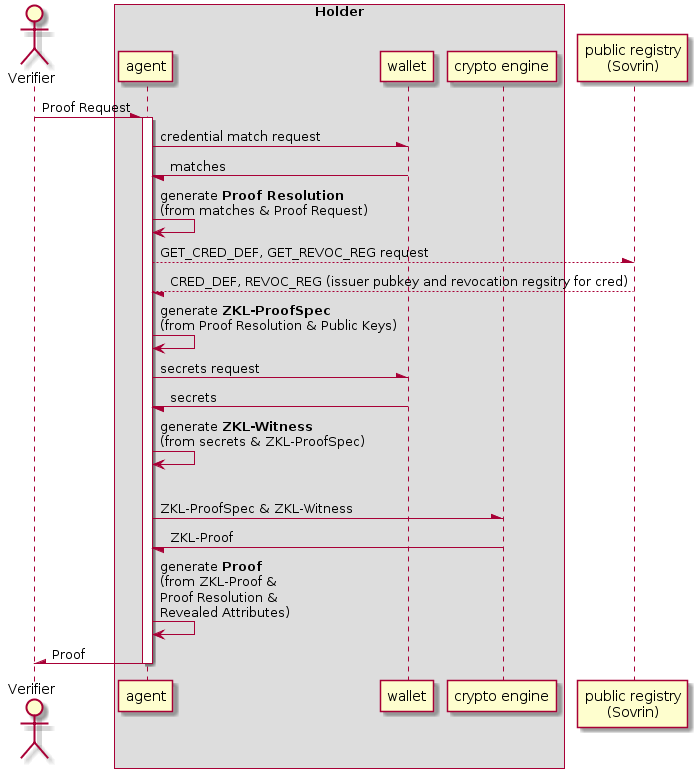
Earlier version of the PlantUML export docs/flow-diagram.png (hyperledger-archives/ursa). Source of this version:
```plantuml
@startuml
actor Verifier as v
box "Holder"
participant agent as a
participant wallet as w
participant "crypto engine" as ce
end box

participant "public registry\n(Sovrin)" as reg

v -\ a: Proof Request
activate a

a -\ w: credential match request
a \- w: matches
a -> a: generate <b>Proof Resolution</b> \n(from matches & Proof Request)

a --\ reg: GET_CRED_DEF, GET_REVOC_REG request
a \-- reg: CRED_DEF, REVOC_REG (issuer pubkey and revocation regsitry for cred)
a -> a: generate <b>ZKL-ProofSpec</b> \n(from Proof Resolution & Public Keys)

a -\ w: secrets request
a \- w: secrets
a <- a: generate <b>ZKL-Witness</b> \n(from secrets & ZKL-ProofSpec)
|||
a -\ ce: ZKL-ProofSpec & ZKL-Witness
a \- ce: ZKL-Proof

a -> a: generate <b>Proof</b>\n(from ZKL-Proof & \nProof Resolution & \nRevealed Attributes)

a -\ v: Proof
deactivate a
@enduml
```
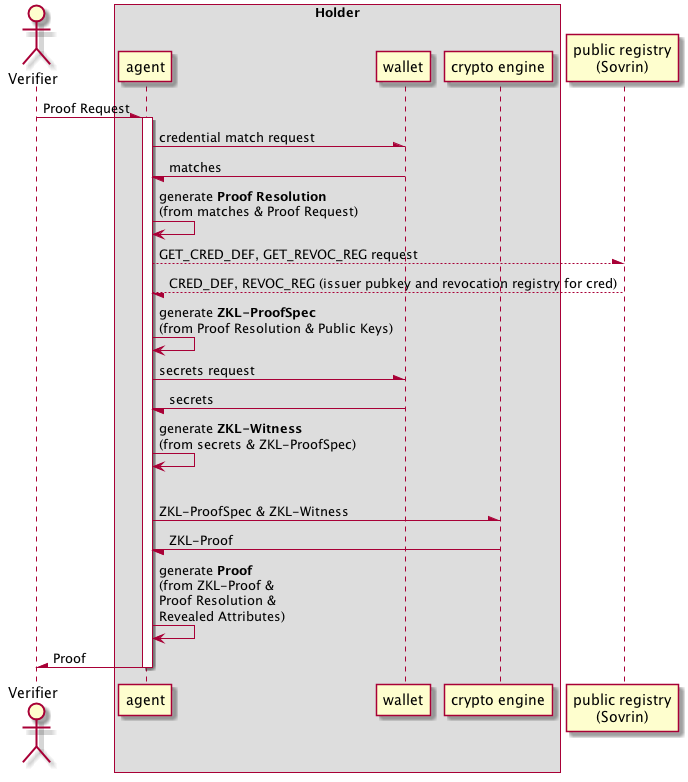
After the change.

What changed in the source:
```diff
@@ -1,4 +1,5 @@
 @startuml
+
 actor Verifier as v
 box "Holder"
 participant agent as a
@@ -16,7 +17,7 @@
 a -> a: generate <b>Proof Resolution</b> \n(from matches & Proof Request)
 
 a --\ reg: GET_CRED_DEF, GET_REVOC_REG request
-a \-- reg: CRED_DEF, REVOC_REG (issuer pubkey and revocation regsitry for cred)
+a \-- reg: CRED_DEF, REVOC_REG (issuer pubkey and revocation registry for cred)
 a -> a: generate <b>ZKL-ProofSpec</b> \n(from Proof Resolution & Public Keys)
 
 a -\ w: secrets request
@@ -30,4 +31,6 @@
 
 a -\ v: Proof
 deactivate a
+
+
 @enduml
```
